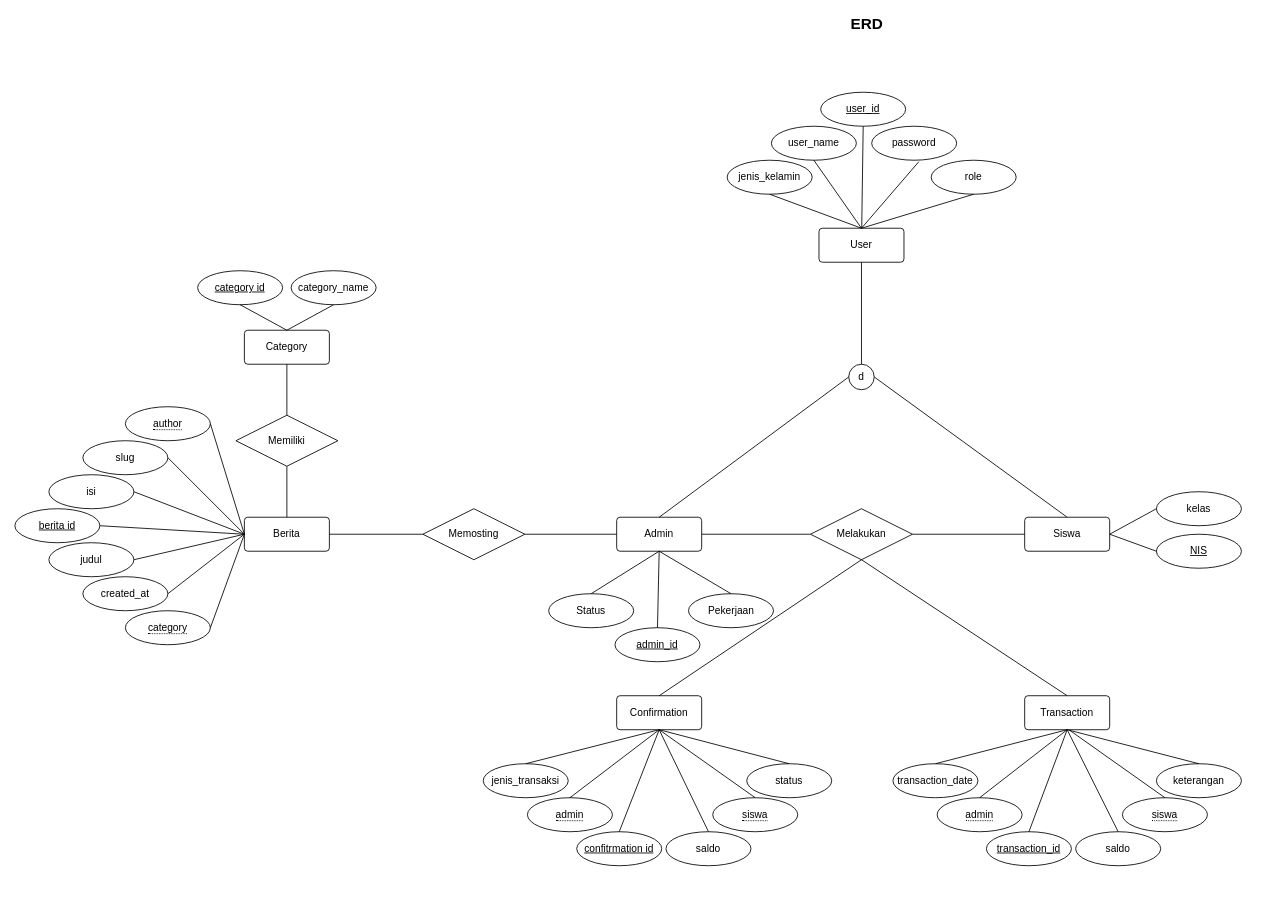
Earlier version of the draw.io diagram database/tabsis.drawio (DzakiyDzakwan/Tabungan_Siswa). Source tidied: cells renumbered, new cells numbered last; positions are measured from the earlier drawing's top-left corner, leaving out a move shared by most shapes. Both pictures are drawn from the tidied source at 85%, with x=0, y=0 at pixel (14, 15).
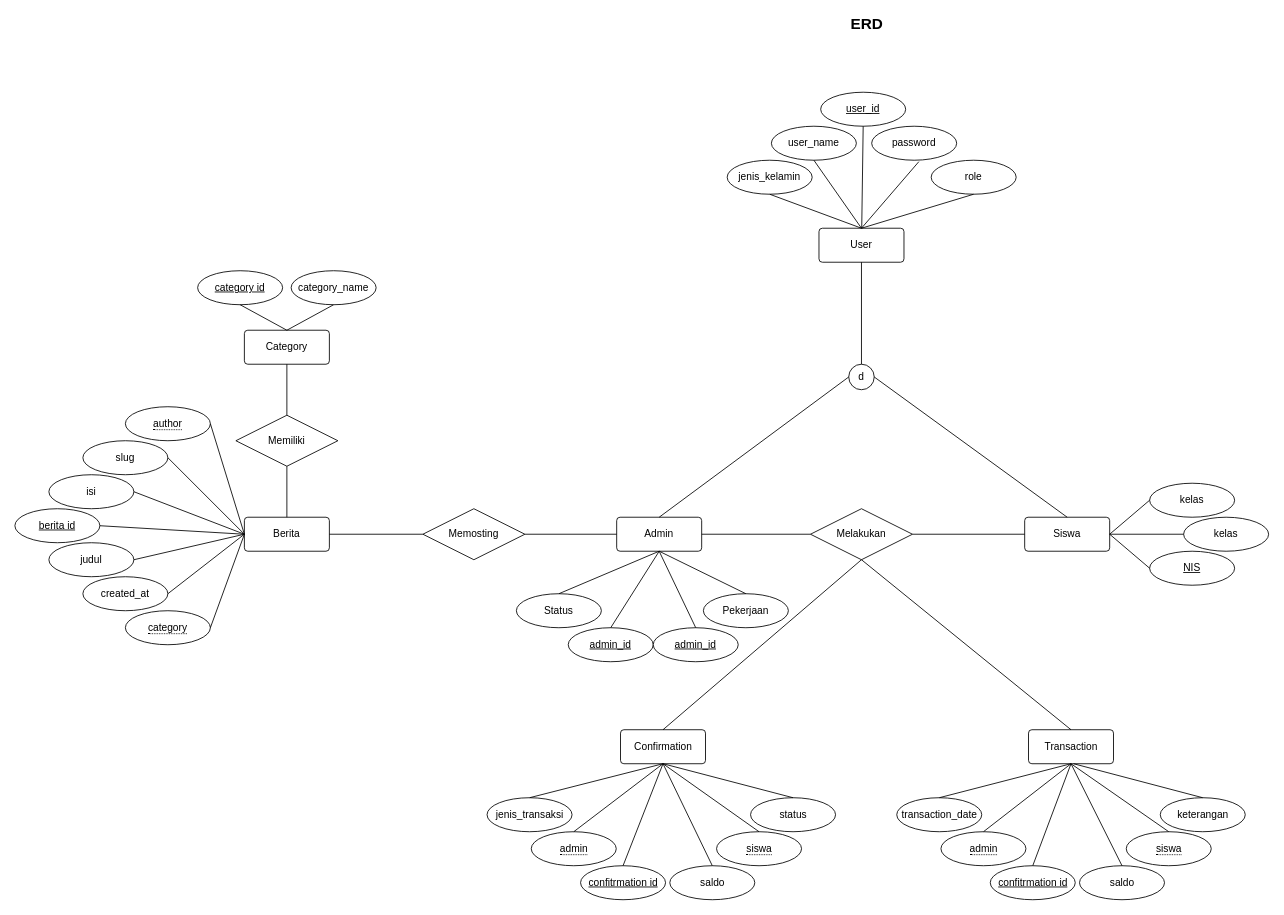
The same page after the edit.

Unchanged cells that the change refers to:
```xml
<mxCell id="9" value="Admin" style="rounded=1;arcSize=10;whiteSpace=wrap;html=1;align=center;" parent="1" vertex="1">
  <mxGeometry x="708" y="590" width="100" height="40" as="geometry" />
</mxCell>
<mxCell id="11" value="Siswa" style="rounded=1;arcSize=10;whiteSpace=wrap;html=1;align=center;" parent="1" vertex="1">
  <mxGeometry x="1188" y="590" width="100" height="40" as="geometry" />
</mxCell>
```

The edit, as a diff of the source:
```diff
@@
     <mxCell id="23" value="Transaction" style="rounded=1;arcSize=10;whiteSpace=wrap;html=1;align=center;" parent="1" vertex="1">
-      <mxGeometry x="1188" y="800" width="100" height="40" as="geometry" />
+      <mxGeometry x="1192.5" y="840" width="100" height="40" as="geometry" />
     </mxCell>
@@
     <mxCell id="25" value="Confirmation" style="rounded=1;arcSize=10;whiteSpace=wrap;html=1;align=center;" parent="1" vertex="1">
-      <mxGeometry x="708" y="800" width="100" height="40" as="geometry" />
+      <mxGeometry x="712.5" y="840" width="100" height="40" as="geometry" />
     </mxCell>
@@
     <mxCell id="35" value="confitrmation id" style="ellipse;whiteSpace=wrap;html=1;align=center;fontStyle=4;" parent="1" vertex="1">
-      <mxGeometry x="661" y="960" width="100" height="40" as="geometry" />
+      <mxGeometry x="665.5" y="1000" width="100" height="40" as="geometry" />
     </mxCell>
     <mxCell id="36" value="&lt;span style=&quot;border-bottom: 1px dotted&quot;&gt;siswa&lt;/span&gt;" style="ellipse;whiteSpace=wrap;html=1;align=center;" parent="1" vertex="1">
-      <mxGeometry x="821" y="920" width="100" height="40" as="geometry" />
+      <mxGeometry x="825.5" y="960" width="100" height="40" as="geometry" />
     </mxCell>
     <mxCell id="37" value="&lt;span style=&quot;border-bottom: 1px dotted&quot;&gt;admin&lt;/span&gt;" style="ellipse;whiteSpace=wrap;html=1;align=center;" parent="1" vertex="1">
-      <mxGeometry x="603" y="920" width="100" height="40" as="geometry" />
+      <mxGeometry x="607.5" y="960" width="100" height="40" as="geometry" />
     </mxCell>
     <mxCell id="38" value="status" style="ellipse;whiteSpace=wrap;html=1;align=center;" parent="1" vertex="1">
-      <mxGeometry x="861" y="880" width="100" height="40" as="geometry" />
+      <mxGeometry x="865.5" y="920" width="100" height="40" as="geometry" />
     </mxCell>
     <mxCell id="39" value="saldo" style="ellipse;whiteSpace=wrap;html=1;align=center;" parent="1" vertex="1">
-      <mxGeometry x="766" y="960" width="100" height="40" as="geometry" />
+      <mxGeometry x="770.5" y="1000" width="100" height="40" as="geometry" />
     </mxCell>
     <mxCell id="40" value="jenis_transaksi" style="ellipse;whiteSpace=wrap;html=1;align=center;" parent="1" vertex="1">
-      <mxGeometry x="551" y="880" width="100" height="40" as="geometry" />
+      <mxGeometry x="555.5" y="920" width="100" height="40" as="geometry" />
     </mxCell>
     <mxCell id="41" value="admin_id" style="ellipse;whiteSpace=wrap;html=1;align=center;fontStyle=4;" parent="1" vertex="1">
-      <mxGeometry x="706" y="720" width="100" height="40" as="geometry" />
+      <mxGeometry x="651" y="720" width="100" height="40" as="geometry" />
     </mxCell>
     <mxCell id="42" value="Pekerjaan" style="ellipse;whiteSpace=wrap;html=1;align=center;" parent="1" vertex="1">
-      <mxGeometry x="792.5" y="680" width="100" height="40" as="geometry" />
+      <mxGeometry x="810" y="680" width="100" height="40" as="geometry" />
     </mxCell>
     <mxCell id="43" value="Status" style="ellipse;whiteSpace=wrap;html=1;align=center;" parent="1" vertex="1">
-      <mxGeometry x="628" y="680" width="100" height="40" as="geometry" />
+      <mxGeometry x="590" y="680" width="100" height="40" as="geometry" />
     </mxCell>
@@
-    <mxCell id="53" value="transaction_id" style="ellipse;whiteSpace=wrap;html=1;align=center;fontStyle=4;" parent="1" vertex="1">
-      <mxGeometry x="1143" y="960" width="100" height="40" as="geometry" />
-    </mxCell>
-    <mxCell id="54" value="&lt;span style=&quot;border-bottom: 1px dotted&quot;&gt;siswa&lt;/span&gt;" style="ellipse;whiteSpace=wrap;html=1;align=center;" parent="1" vertex="1">
-      <mxGeometry x="1303" y="920" width="100" height="40" as="geometry" />
-    </mxCell>
-    <mxCell id="55" value="&lt;span style=&quot;border-bottom: 1px dotted&quot;&gt;admin&lt;/span&gt;" style="ellipse;whiteSpace=wrap;html=1;align=center;" parent="1" vertex="1">
-      <mxGeometry x="1085" y="920" width="100" height="40" as="geometry" />
-    </mxCell>
-    <mxCell id="56" value="keterangan" style="ellipse;whiteSpace=wrap;html=1;align=center;" parent="1" vertex="1">
-      <mxGeometry x="1343" y="880" width="100" height="40" as="geometry" />
-    </mxCell>
-    <mxCell id="57" value="saldo" style="ellipse;whiteSpace=wrap;html=1;align=center;" parent="1" vertex="1">
-      <mxGeometry x="1248" y="960" width="100" height="40" as="geometry" />
-    </mxCell>
-    <mxCell id="58" value="transaction_date" style="ellipse;whiteSpace=wrap;html=1;align=center;" parent="1" vertex="1">
-      <mxGeometry x="1033" y="880" width="100" height="40" as="geometry" />
-    </mxCell>
-    <mxCell id="59" style="endArrow=none;html=1;rounded=0;exitX=0.5;exitY=1;exitDx=0;exitDy=0;entryX=0.5;entryY=0;entryDx=0;entryDy=0;" parent="1" edge="1" source="23" target="58">
-      <mxGeometry relative="1" as="geometry" />
-    </mxCell>
-    <mxCell id="60" style="endArrow=none;html=1;rounded=0;exitX=0.5;exitY=1;exitDx=0;exitDy=0;entryX=0.5;entryY=0;entryDx=0;entryDy=0;" parent="1" edge="1" source="23" target="55">
-      <mxGeometry relative="1" as="geometry" />
-    </mxCell>
-    <mxCell id="61" style="endArrow=none;html=1;rounded=0;exitX=0.5;exitY=1;exitDx=0;exitDy=0;entryX=0.5;entryY=0;entryDx=0;entryDy=0;" parent="1" edge="1" source="23" target="53">
-      <mxGeometry relative="1" as="geometry" />
-    </mxCell>
-    <mxCell id="62" style="endArrow=none;html=1;rounded=0;exitX=0.5;exitY=1;exitDx=0;exitDy=0;entryX=0.5;entryY=0;entryDx=0;entryDy=0;" parent="1" edge="1" source="23" target="57">
-      <mxGeometry relative="1" as="geometry" />
-    </mxCell>
-    <mxCell id="63" style="endArrow=none;html=1;rounded=0;entryX=0.5;entryY=0;entryDx=0;entryDy=0;" parent="1" edge="1" target="54">
-      <mxGeometry relative="1" as="geometry">
-        <mxPoint x="1240" y="840" as="sourcePoint" />
-      </mxGeometry>
-    </mxCell>
-    <mxCell id="64" style="endArrow=none;html=1;rounded=0;entryX=0.5;entryY=0;entryDx=0;entryDy=0;exitX=0.5;exitY=1;exitDx=0;exitDy=0;" parent="1" edge="1" source="23" target="56">
-      <mxGeometry relative="1" as="geometry" />
-    </mxCell>
     <mxCell id="65" value="NIS" style="ellipse;whiteSpace=wrap;html=1;align=center;fontStyle=4;" parent="1" vertex="1">
-      <mxGeometry x="1343" y="610" width="100" height="40" as="geometry" />
+      <mxGeometry x="1335" y="630" width="100" height="40" as="geometry" />
     </mxCell>
     <mxCell id="66" value="kelas" style="ellipse;whiteSpace=wrap;html=1;align=center;" parent="1" vertex="1">
-      <mxGeometry x="1343" y="560" width="100" height="40" as="geometry" />
+      <mxGeometry x="1335" y="550" width="100" height="40" as="geometry" />
     </mxCell>
@@
+    <mxCell id="87" value="confitrmation id" style="ellipse;whiteSpace=wrap;html=1;align=center;fontStyle=4;" parent="1" vertex="1">
+      <mxGeometry x="1147.5" y="1000" width="100" height="40" as="geometry" />
+    </mxCell>
+    <mxCell id="54" value="&lt;span style=&quot;border-bottom: 1px dotted&quot;&gt;siswa&lt;/span&gt;" style="ellipse;whiteSpace=wrap;html=1;align=center;" parent="1" vertex="1">
+      <mxGeometry x="1307.5" y="960" width="100" height="40" as="geometry" />
+    </mxCell>
+    <mxCell id="55" value="&lt;span style=&quot;border-bottom: 1px dotted&quot;&gt;admin&lt;/span&gt;" style="ellipse;whiteSpace=wrap;html=1;align=center;" parent="1" vertex="1">
+      <mxGeometry x="1089.5" y="960" width="100" height="40" as="geometry" />
+    </mxCell>
+    <mxCell id="56" value="keterangan" style="ellipse;whiteSpace=wrap;html=1;align=center;" parent="1" vertex="1">
+      <mxGeometry x="1347.5" y="920" width="100" height="40" as="geometry" />
+    </mxCell>
+    <mxCell id="57" value="saldo" style="ellipse;whiteSpace=wrap;html=1;align=center;" parent="1" vertex="1">
+      <mxGeometry x="1252.5" y="1000" width="100" height="40" as="geometry" />
+    </mxCell>
+    <mxCell id="58" value="transaction_date" style="ellipse;whiteSpace=wrap;html=1;align=center;" parent="1" vertex="1">
+      <mxGeometry x="1037.5" y="920" width="100" height="40" as="geometry" />
+    </mxCell>
+    <mxCell id="59" style="endArrow=none;html=1;rounded=0;exitX=0.5;exitY=1;exitDx=0;exitDy=0;entryX=0.5;entryY=0;entryDx=0;entryDy=0;" parent="1" edge="1" source="23" target="58">
+      <mxGeometry relative="1" as="geometry" />
+    </mxCell>
+    <mxCell id="60" style="endArrow=none;html=1;rounded=0;exitX=0.5;exitY=1;exitDx=0;exitDy=0;entryX=0.5;entryY=0;entryDx=0;entryDy=0;" parent="1" edge="1" source="23" target="55">
+      <mxGeometry relative="1" as="geometry" />
+    </mxCell>
+    <mxCell id="88" style="endArrow=none;html=1;rounded=0;exitX=0.5;exitY=1;exitDx=0;exitDy=0;entryX=0.5;entryY=0;entryDx=0;entryDy=0;" parent="1" edge="1" source="23" target="87">
+      <mxGeometry relative="1" as="geometry" />
+    </mxCell>
+    <mxCell id="62" style="endArrow=none;html=1;rounded=0;exitX=0.5;exitY=1;exitDx=0;exitDy=0;entryX=0.5;entryY=0;entryDx=0;entryDy=0;" parent="1" edge="1" source="23" target="57">
+      <mxGeometry relative="1" as="geometry" />
+    </mxCell>
+    <mxCell id="89" style="endArrow=none;html=1;rounded=0;exitX=0.5;exitY=1;exitDx=0;exitDy=0;entryX=0.5;entryY=0;entryDx=0;entryDy=0;" parent="1" edge="1" source="23" target="54">
+      <mxGeometry relative="1" as="geometry" />
+    </mxCell>
+    <mxCell id="90" style="endArrow=none;html=1;rounded=0;entryX=0.5;entryY=0;entryDx=0;entryDy=0;" parent="1" edge="1" target="56">
+      <mxGeometry relative="1" as="geometry">
+        <mxPoint x="1245.5" y="880" as="sourcePoint" />
+      </mxGeometry>
+    </mxCell>
+    <mxCell id="91" value="kelas" style="ellipse;whiteSpace=wrap;html=1;align=center;" parent="1" vertex="1">
+      <mxGeometry x="1375" y="590" width="100" height="40" as="geometry" />
+    </mxCell>
+    <mxCell id="92" style="endArrow=none;html=1;rounded=0;exitX=1;exitY=0.5;exitDx=0;exitDy=0;entryX=0;entryY=0.5;entryDx=0;entryDy=0;" parent="1" edge="1" source="11" target="91">
+      <mxGeometry relative="1" as="geometry" />
+    </mxCell>
+    <mxCell id="93" value="admin_id" style="ellipse;whiteSpace=wrap;html=1;align=center;fontStyle=4;" parent="1" vertex="1">
+      <mxGeometry x="751" y="720" width="100" height="40" as="geometry" />
+    </mxCell>
+    <mxCell id="94" style="endArrow=none;html=1;rounded=0;exitX=0.5;exitY=1;exitDx=0;exitDy=0;entryX=0.5;entryY=0;entryDx=0;entryDy=0;" parent="1" edge="1" source="9" target="93">
+      <mxGeometry relative="1" as="geometry" />
+    </mxCell>
```
